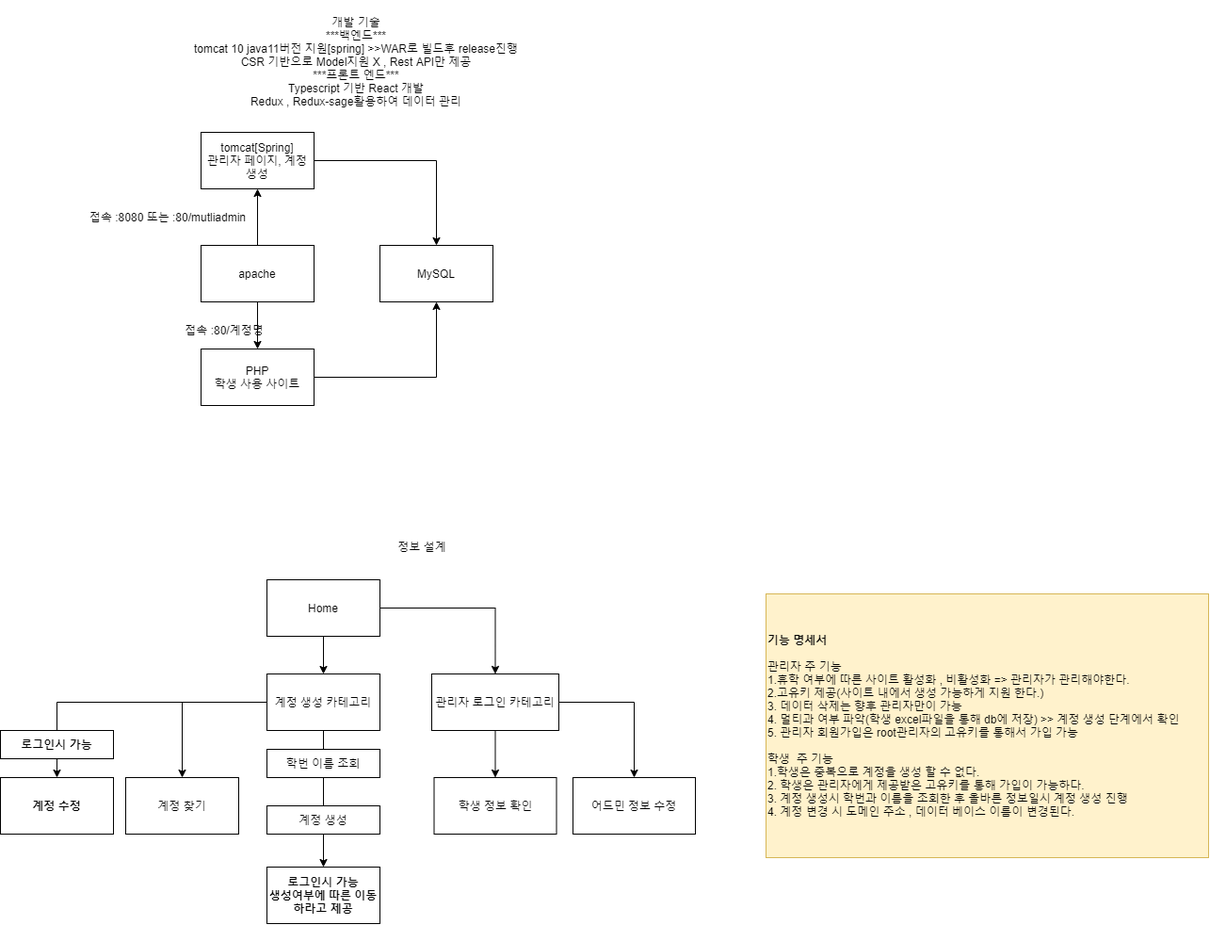
Above: studentAdminPage.png in Yumin-Kim/StudentDothomeAdminSite (draw.io), before the change. Source tidied: cells renumbered, new cells last; positions are measured from the earlier drawing's top-left corner, leaving out a move shared by most shapes.
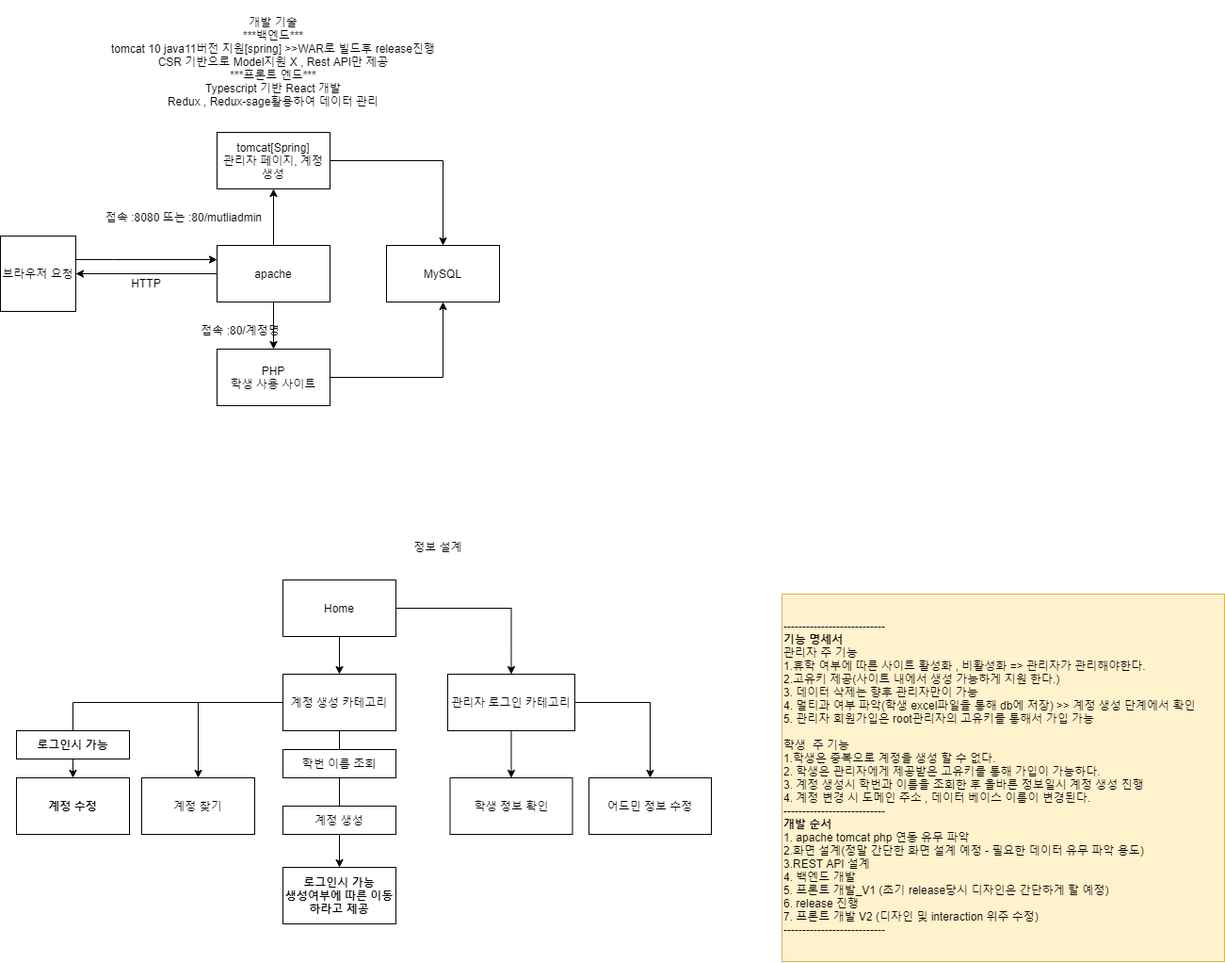
Above is the later version.

What changed in the source:
```diff
@@ -8,6 +8,9 @@
     <mxCell id="3" style="edgeStyle=orthogonalEdgeStyle;rounded=0;jettySize=auto;html=1;entryX=0.5;entryY=1;entryDx=0;entryDy=0;" parent="1" edge="1" source="4" target="9">
       <mxGeometry relative="1" as="geometry" />
     </mxCell>
+    <mxCell id="33" style="edgeStyle=orthogonalEdgeStyle;rounded=0;jettySize=auto;html=1;entryX=1;entryY=0.5;entryDx=0;entryDy=0;" parent="1" edge="1" source="4" target="35">
+      <mxGeometry relative="1" as="geometry" />
+    </mxCell>
     <mxCell id="4" value="apache" style="rounded=0;whiteSpace=wrap;html=1;" parent="1" vertex="1">
       <mxGeometry x="213" y="260" width="120" height="60" as="geometry" />
     </mxCell>
@@ -18,7 +21,7 @@
       <mxGeometry x="213" y="370" width="120" height="60" as="geometry" />
     </mxCell>
     <mxCell id="7" value="MySQL" style="rounded=0;whiteSpace=wrap;html=1;" parent="1" vertex="1">
-      <mxGeometry x="403" y="260" width="120" height="60" as="geometry" />
+      <mxGeometry x="393" y="260" width="120" height="60" as="geometry" />
     </mxCell>
     <mxCell id="8" style="edgeStyle=orthogonalEdgeStyle;rounded=0;jettySize=auto;html=1;" parent="1" edge="1" source="9" target="7">
       <mxGeometry relative="1" as="geometry" />
@@ -30,7 +33,7 @@
       <mxGeometry x="93" y="210" width="170" height="40" as="geometry" />
     </mxCell>
     <mxCell id="11" value="개발 기술&lt;br&gt;***백엔드***&lt;br&gt;tomcat 10 java11버전 지원[spring] &amp;gt;&amp;gt;WAR로 빌드후 release진행&lt;br&gt;CSR 기반으로 Model지원 X , Rest API만 제공&lt;br&gt;***프론트 엔드***&lt;br&gt;Typescript 기반 React 개발&lt;br&gt;Redux , Redux-sage활용하여 데이터 관리" style="text;html=1;strokeColor=none;fillColor=none;align=center;verticalAlign=middle;whiteSpace=wrap;rounded=0;" parent="1" vertex="1">
-      <mxGeometry x="173" width="410" height="130" as="geometry" />
+      <mxGeometry x="68" width="410" height="130" as="geometry" />
     </mxCell>
     <mxCell id="12" style="edgeStyle=orthogonalEdgeStyle;rounded=0;jettySize=auto;html=1;" parent="1" edge="1" source="15" target="16">
       <mxGeometry relative="1" as="geometry" />
@@ -71,8 +74,8 @@
     <mxCell id="24" value="어드민 정보 수정" style="rounded=0;whiteSpace=wrap;html=1;" parent="1" vertex="1">
       <mxGeometry x="608" y="825" width="130" height="60" as="geometry" />
     </mxCell>
-    <mxCell id="25" value="&lt;b&gt;기능 명세서&lt;br&gt;&lt;/b&gt;&lt;br&gt;관리자 주 기능&lt;br&gt;&lt;div&gt;1.휴학 여부에 따른 사이트 활성화 , 비활성화 =&amp;gt; 관리자가 관리해야한다.&lt;/div&gt;&lt;div&gt;2.고유키 제공(사이트 내에서 생성 가능하게 지원 한다.)&lt;br&gt;&lt;/div&gt;&lt;div&gt;3. 데이터 삭제는 향후 관리자만이 가능&lt;/div&gt;4. 멀티과 여부 파악(학생 excel파일을 통해 db에 저장) &amp;gt;&amp;gt; 계정 생성 단계에서 확인&lt;br&gt;5. 관리자 회원가입은 root관리자의 고유키를 통해서 가입 가능&lt;br&gt;&lt;br&gt;학생&amp;nbsp; 주 기능&lt;br&gt;1.학생은 중복으로 계정을 생성 할 수 없다.&lt;br&gt;2. 학생은 관리자에게 제공받은 고유키를 통해 가입이 가능하다.&lt;br&gt;3. 계정 생성시 학번과 이름을 조회한 후 올바른 정보일시 계정 생성 진행&lt;br&gt;4. 계정 변경 시 도메인 주소 , 데이터 베이스 이름이 변경된다." style="text;html=1;strokeColor=#d6b656;fillColor=#fff2cc;align=left;verticalAlign=middle;whiteSpace=wrap;rounded=0;" parent="1" vertex="1">
-      <mxGeometry x="813" y="630" width="470" height="280" as="geometry" />
+    <mxCell id="25" value="---------------------------&lt;b&gt;&lt;br&gt;기능 명세서&lt;/b&gt;&lt;br&gt;관리자 주 기능&lt;br&gt;&lt;div&gt;1.휴학 여부에 따른 사이트 활성화 , 비활성화 =&amp;gt; 관리자가 관리해야한다.&lt;/div&gt;&lt;div&gt;2.고유키 제공(사이트 내에서 생성 가능하게 지원 한다.)&lt;br&gt;&lt;/div&gt;&lt;div&gt;3. 데이터 삭제는 향후 관리자만이 가능&lt;/div&gt;4. 멀티과 여부 파악(학생 excel파일을 통해 db에 저장) &amp;gt;&amp;gt; 계정 생성 단계에서 확인&lt;br&gt;5. 관리자 회원가입은 root관리자의 고유키를 통해서 가입 가능&lt;br&gt;&lt;br&gt;학생&amp;nbsp; 주 기능&lt;br&gt;1.학생은 중복으로 계정을 생성 할 수 없다.&lt;br&gt;2. 학생은 관리자에게 제공받은 고유키를 통해 가입이 가능하다.&lt;br&gt;3. 계정 생성시 학번과 이름을 조회한 후 올바른 정보일시 계정 생성 진행&lt;br&gt;4. 계정 변경 시 도메인 주소 , 데이터 베이스 이름이 변경된다.&lt;br&gt;---------------------------&lt;br&gt;&lt;b&gt;개발 순서&lt;/b&gt;&lt;br&gt;1. apache tomcat php 연동 유무 파악&lt;br&gt;2.화면 설계(정말 간단한 화면 설계 예정 - 필요한 데이터 유무 파악 용도)&lt;br&gt;3.REST API 설계&lt;br&gt;4. 백엔드 개발&lt;br&gt;5. 프론트 개발_V1 (초기 release당시 디자인은 간단하게 할 예정)&lt;br&gt;6. release 진행&lt;br&gt;7. 프론트 개발 V2 (디자인 및 interaction 위주 수정)&lt;br&gt;---------------------------" style="text;html=1;strokeColor=#d6b656;fillColor=#fff2cc;align=left;verticalAlign=middle;whiteSpace=wrap;rounded=0;" parent="1" vertex="1">
+      <mxGeometry x="813" y="630" width="470" height="390" as="geometry" />
     </mxCell>
     <mxCell id="26" value="정보 설계" style="text;html=1;strokeColor=none;fillColor=none;align=center;verticalAlign=middle;whiteSpace=wrap;rounded=0;" parent="1" vertex="1">
       <mxGeometry x="363" y="560" width="170" height="40" as="geometry" />
@@ -95,5 +98,19 @@
     <mxCell id="32" value="&lt;b&gt;로그인시 가능&lt;br&gt;&lt;/b&gt;" style="rounded=0;whiteSpace=wrap;html=1;" parent="1" vertex="1">
       <mxGeometry y="775" width="120" height="30" as="geometry" />
     </mxCell>
+    <mxCell id="34" style="edgeStyle=orthogonalEdgeStyle;rounded=0;jettySize=auto;html=1;entryX=0;entryY=0.25;entryDx=0;entryDy=0;" parent="1" edge="1" source="35" target="4">
+      <mxGeometry relative="1" as="geometry">
+        <Array as="points">
+          <mxPoint x="103" y="275" />
+          <mxPoint x="103" y="275" />
+        </Array>
+      </mxGeometry>
+    </mxCell>
+    <mxCell id="35" value="브라우저 요청" style="whiteSpace=wrap;html=1;" parent="1" vertex="1">
+      <mxGeometry x="-17" y="250" width="80" height="80" as="geometry" />
+    </mxCell>
+    <mxCell id="36" value="HTTP" style="text;html=1;strokeColor=none;fillColor=none;align=center;verticalAlign=middle;whiteSpace=wrap;rounded=0;" parent="1" vertex="1">
+      <mxGeometry x="53" y="280" width="170" height="40" as="geometry" />
+    </mxCell>
   </root>
 </mxGraphModel>
```
